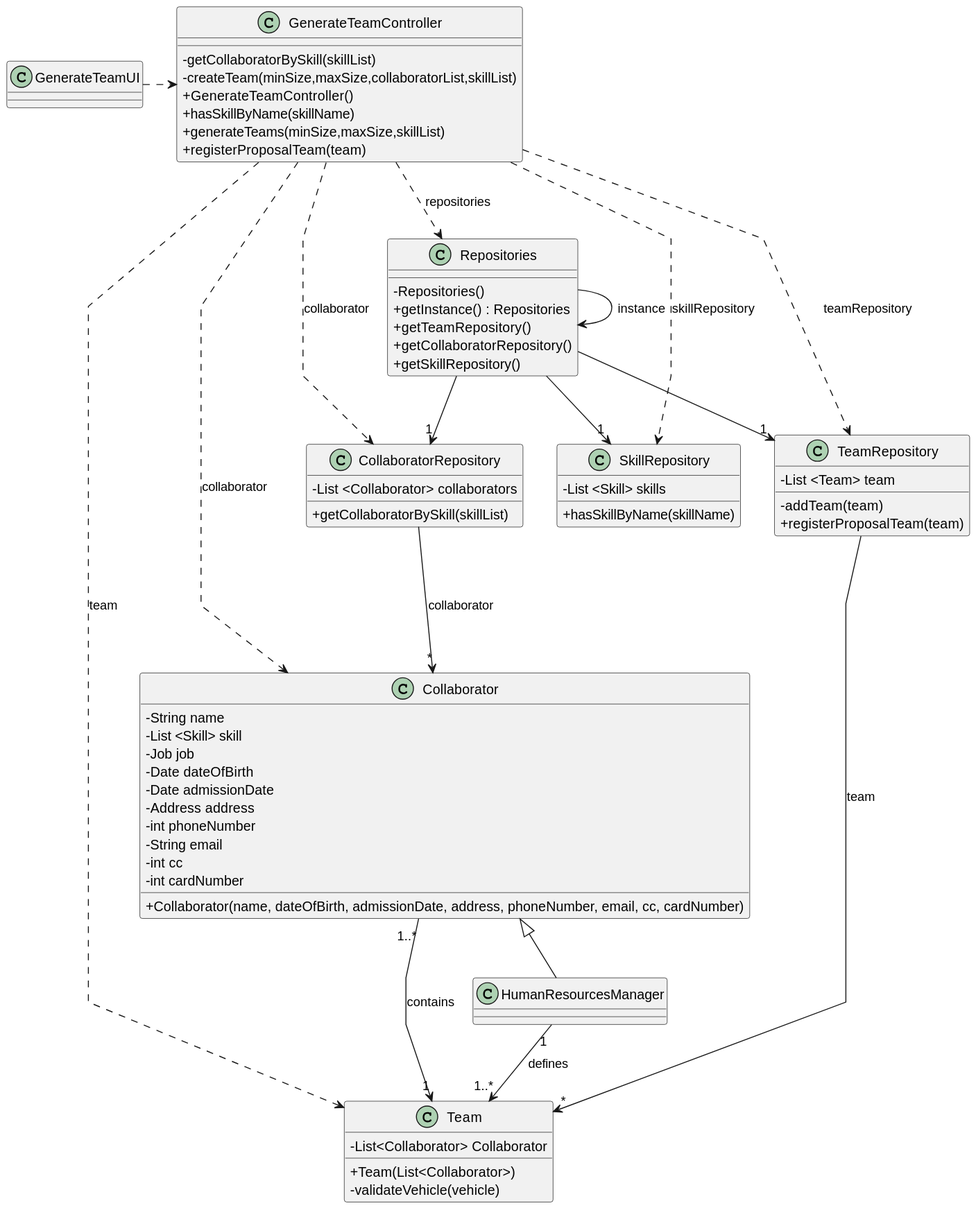
Before: docs/sprint2/us05/03.design/svg/us05-class-diagram.svg, a diagram exported from PlantUML (Departamento-de-Engenharia-Informatica/lei-24-s2-1db-g022). The source it was exported from:
```plantuml
@startuml
skinparam packageStyle rectangle
skinparam shadowing false
skinparam linetype polyline

skinparam classAttributeIconSize 0


class GenerateTeamController {
    - getCollaboratorBySkill(skillList)
    - createTeam(minSize,maxSize,collaboratorList,skillList)
    + GenerateTeamController()
    + hasSkillByName(skillName)
    + generateTeams(minSize,maxSize,skillList)
    + registerProposalTeam(team)
}

class Team {
    - List<Collaborator> Collaborator
    + Team(List<Collaborator>)
    - validateVehicle(vehicle)
}

class GenerateTeamUI {
}

class Collaborator {
    -String name
    -List <Skill> skill
    -Job job
    -Date dateOfBirth
    -Date admissionDate
    -Address address
    -int phoneNumber
    -String email
    -int cc
    -int cardNumber

    + Collaborator(name, dateOfBirth, admissionDate, address, phoneNumber, email, cc, cardNumber)
}

class HumanResourcesManager {
}

class Repositories {

    - Repositories()
    + getInstance() : Repositories
    + getTeamRepository()
    + getCollaboratorRepository()
    + getSkillRepository()
}

class TeamRepository {
    - List <Team> team
    - addTeam(team)
    + registerProposalTeam(team)
}

class SkillRepository {
    - List <Skill> skills
    + hasSkillByName(skillName)
}

class CollaboratorRepository {
    - List <Collaborator> collaborators
    + getCollaboratorBySkill(skillList)
}

class HumanResourcesManager{}

GenerateTeamController .> Repositories : repositories

GenerateTeamUI .> GenerateTeamController
Repositories -> Repositories : instance

Repositories --> "1" TeamRepository
Repositories --> "1" SkillRepository
Repositories --> "1" CollaboratorRepository

TeamRepository ---> "*" Team : team
CollaboratorRepository ---> "*" Collaborator : collaborator

GenerateTeamController ...> TeamRepository : teamRepository
GenerateTeamController ...> SkillRepository : skillRepository
GenerateTeamController ...> CollaboratorRepository : collaborator
GenerateTeamController .> Collaborator : collaborator
GenerateTeamController .> Team : team

Collaborator  <|-- HumanResourcesManager

HumanResourcesManager "1" --> "1..*" Team : defines
Collaborator "1..*" --> "1" Team : contains
@enduml
```
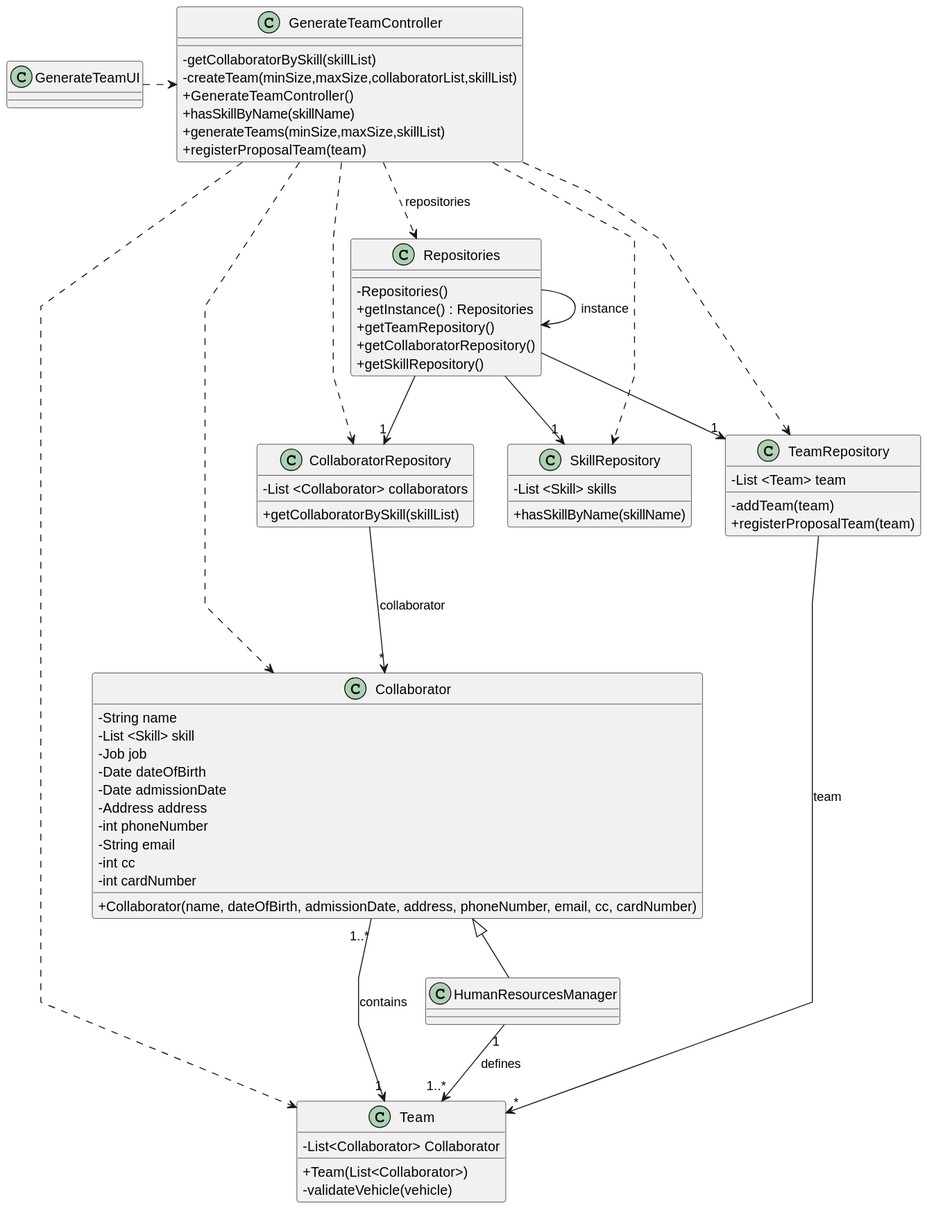
Later version of the same file.

The edit, as a diff of the source:
```diff
@@ -81,11 +81,11 @@
 TeamRepository ---> "*" Team : team
 CollaboratorRepository ---> "*" Collaborator : collaborator
 
-GenerateTeamController ...> TeamRepository : teamRepository
-GenerateTeamController ...> SkillRepository : skillRepository
-GenerateTeamController ...> CollaboratorRepository : collaborator
-GenerateTeamController .> Collaborator : collaborator
-GenerateTeamController .> Team : team
+GenerateTeamController ...> TeamRepository
+GenerateTeamController ...> SkillRepository
+GenerateTeamController ...> CollaboratorRepository
+GenerateTeamController .> Collaborator
+GenerateTeamController .> Team
 
 Collaborator  <|-- HumanResourcesManager
 
```
